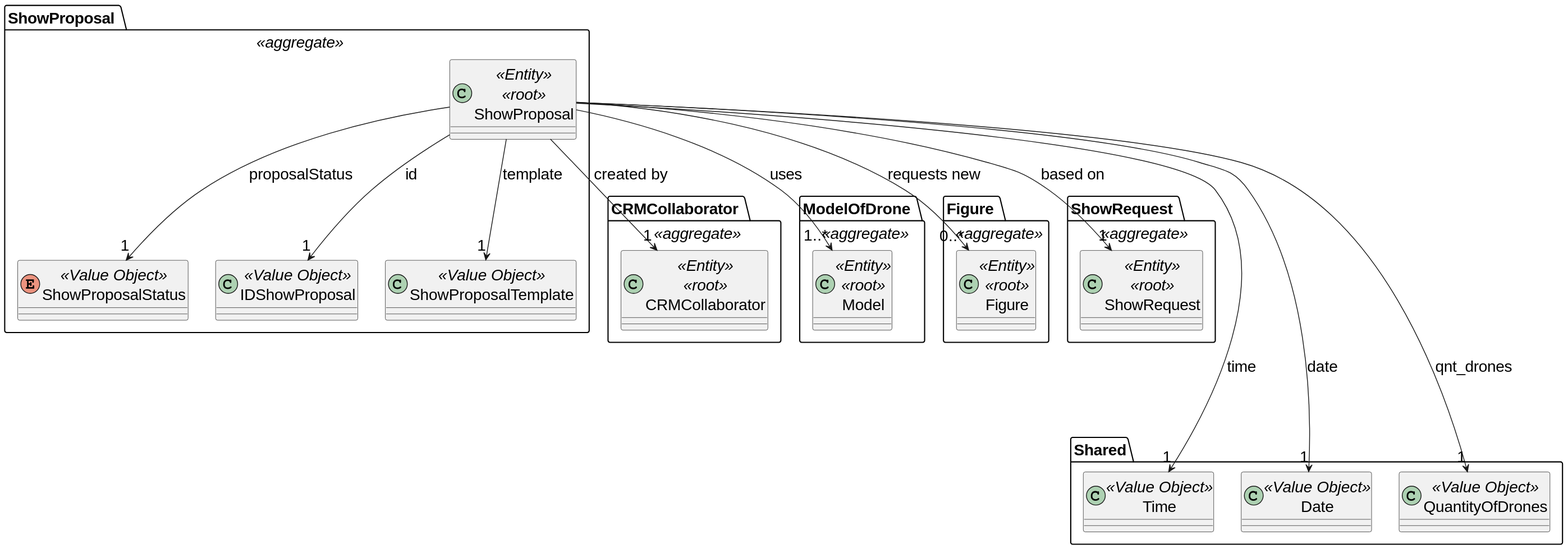
Earlier version of the PlantUML export docs/global_artifacts/analysis/images/domain_model_show_proposal.svg (diogoveirospro/sem4pi-2024-2025-sem4pi_2024_2025_g44). Source of this version:
```plantuml
@startuml
skinparamlocked defaultFontSize 20

package "CRMCollaborator " <<aggregate>> {

    class CRMCollaborator <<Entity>> <<root>>{
    }
}

package "ModelOfDrone " <<aggregate>> {

    class Model <<Entity>> <<root>>{
    }

}

package "Figure " <<aggregate>> {

    class Figure <<Entity>> <<root>>{
    }
}

package "ShowRequest " <<aggregate>>{

    class ShowRequest <<Entity>> <<root>>{
    }
}

package "ShowProposal " <<aggregate>>{

    enum ShowProposalStatus <<Value Object>>{
    }

    class IDShowProposal<<Value Object>>{
    }

    class ShowProposal <<Entity>> <<root>>{
    }

    class ShowProposalTemplate <<Value Object>>{
    }

    ShowProposal --> "1" CRMCollaborator: created by
    ShowProposal --> "1" ShowRequest: based on
    ShowProposal --> "1" ShowProposalStatus: proposalStatus
    ShowProposal --> "1" IDShowProposal: id
    ShowProposal --> "0..*" Figure : requests new
    ShowProposal --> "1" ShowProposalTemplate: template
    ShowProposal --> "1..*" Model: uses
}

package Shared {

    class Time <<Value Object>>{
    }

    class Date <<Value Object>>{
    }

    class QuantityOfDrones <<Value Object>>{
    }

    ShowProposal ----> "1" QuantityOfDrones: qnt_drones
    ShowProposal ----> "1" Time: time
    ShowProposal ----> "1" Date: date
}
@enduml
```
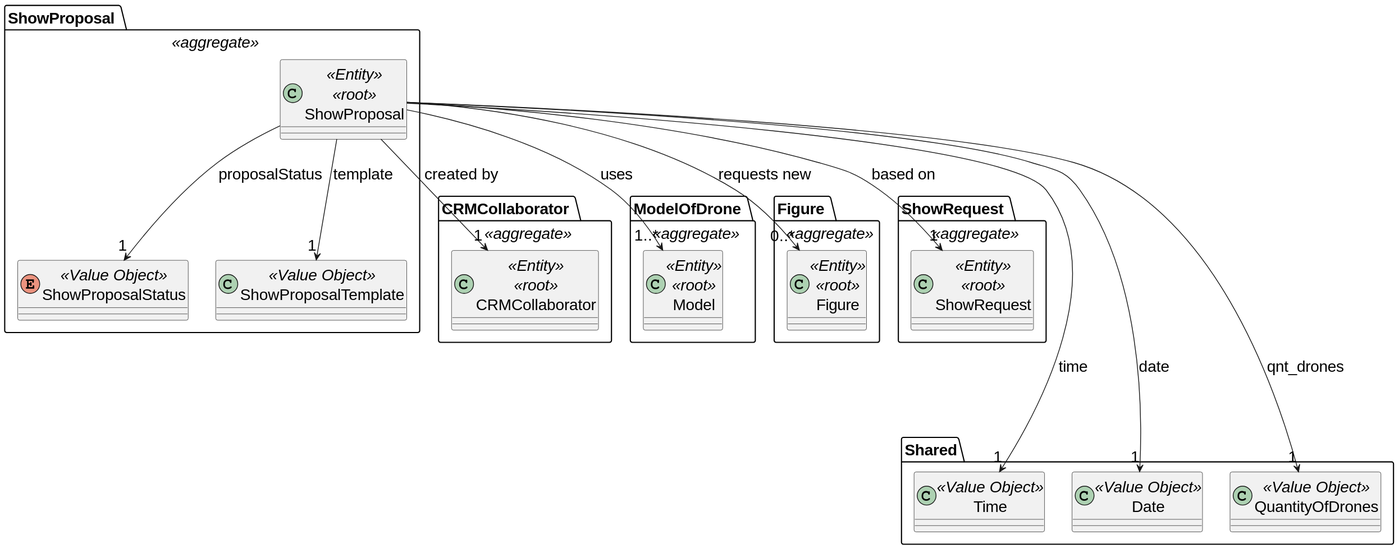
After the commit.

Commit message:
#6 Elimination of domain model IDs.

The edit, as a diff of the source:
```diff
@@ -31,9 +31,6 @@
     enum ShowProposalStatus <<Value Object>>{
     }
 
-    class IDShowProposal<<Value Object>>{
-    }
-
     class ShowProposal <<Entity>> <<root>>{
     }
 
@@ -43,7 +40,6 @@
     ShowProposal --> "1" CRMCollaborator: created by
     ShowProposal --> "1" ShowRequest: based on
     ShowProposal --> "1" ShowProposalStatus: proposalStatus
-    ShowProposal --> "1" IDShowProposal: id
     ShowProposal --> "0..*" Figure : requests new
     ShowProposal --> "1" ShowProposalTemplate: template
     ShowProposal --> "1..*" Model: uses
```
